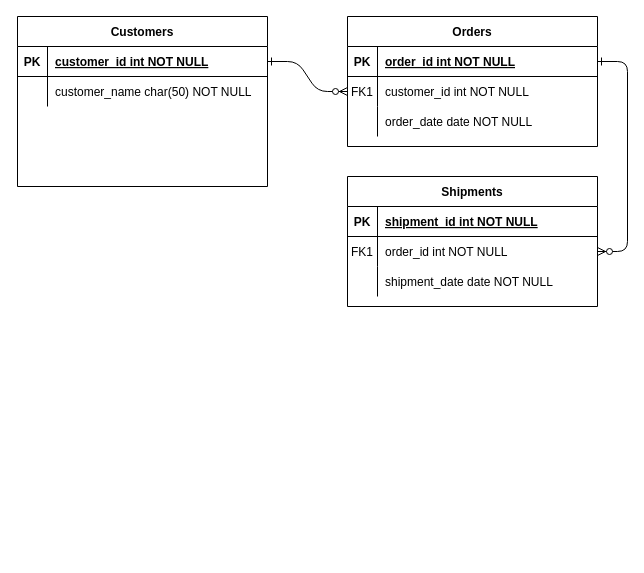
Earlier version of the draw.io diagram page "DSEva-DB" (1 of 2) of DSEva ERM.drawio (MephistoJB/DSEva). Source tidied: cells renumbered, new cells numbered last; positions are measured from the earlier drawing's top-left corner, leaving out a move shared by most shapes. Both pictures are drawn from the tidied source at 100%, with x=0, y=0 at pixel (17, 16).
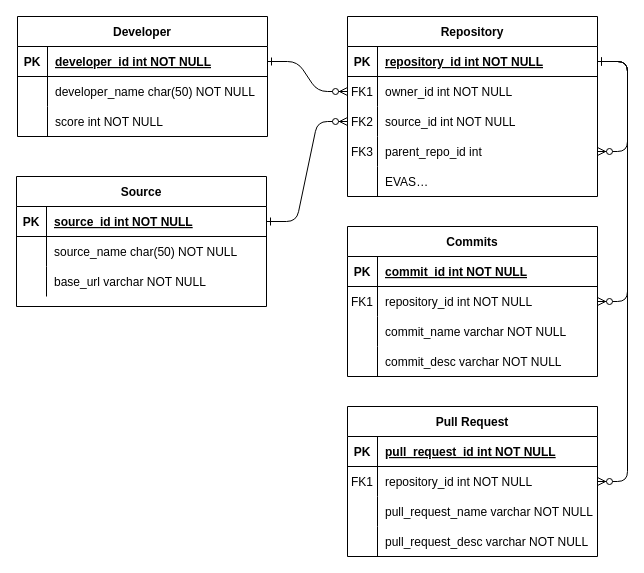
The same page after the edit.

Unchanged cells that the change refers to:
```xml
<mxCell id="5" style="shape=partialRectangle;fillColor=none;points=[[0,0.5],[1,0.5]];portConstraint=eastwest;top=0;left=0;right=0;bottom=1;" parent="4" vertex="1">
  <mxGeometry y="30" width="250" height="30" as="geometry" />
</mxCell>
<mxCell id="8" style="shape=partialRectangle;fillColor=none;points=[[0,0.5],[1,0.5]];portConstraint=eastwest;top=0;left=0;right=0;bottom=0;" parent="4" vertex="1">
  <mxGeometry y="60" width="250" height="30" as="geometry" />
</mxCell>
<mxCell id="11" style="shape=partialRectangle;fillColor=none;points=[[0,0.5],[1,0.5]];portConstraint=eastwest;top=0;left=0;right=0;bottom=0;" parent="4" vertex="1">
  <mxGeometry y="90" width="250" height="30" as="geometry" />
</mxCell>
<mxCell id="15" style="shape=partialRectangle;fillColor=none;top=0;left=0;right=0;bottom=1;" parent="14" vertex="1">
  <mxGeometry y="30" width="250" height="30" as="geometry" />
</mxCell>
<mxCell id="18" style="shape=partialRectangle;fillColor=none;points=[[0,0.5],[1,0.5]];portConstraint=eastwest;top=0;left=0;right=0;bottom=0;" parent="14" vertex="1">
  <mxGeometry y="60" width="250" height="30" as="geometry" />
</mxCell>
<mxCell id="21" style="shape=partialRectangle;fillColor=none;top=0;left=0;right=0;bottom=0;" parent="14" vertex="1">
  <mxGeometry y="90" width="250" height="30" as="geometry" />
</mxCell>
<mxCell id="25" style="shape=partialRectangle;fillColor=none;points=[[0,0.5],[1,0.5]];portConstraint=eastwest;top=0;left=0;right=0;bottom=1;" parent="24" vertex="1">
  <mxGeometry y="30" width="250" height="30" as="geometry" />
</mxCell>
<mxCell id="28" style="shape=partialRectangle;fillColor=none;top=0;left=0;right=0;bottom=0;" parent="24" vertex="1">
  <mxGeometry y="60" width="250" height="30" as="geometry" />
</mxCell>
```

Diff of the diagram source:
```diff
@@
-    <mxCell id="4" value="Orders" style="shape=table;startSize=30;childLayout=tableLayout;rowLines=0;fontStyle=1;align=center;" parent="1" vertex="1">
-      <mxGeometry x="330" width="250" height="130" as="geometry" />
+    <mxCell id="4" value="Repository" style="shape=table;startSize=30;childLayout=tableLayout;rowLines=0;fontStyle=1;align=center;" parent="1" vertex="1">
+      <mxGeometry x="330" width="250" height="180" as="geometry" />
     </mxCell>
@@
-    <mxCell id="7" value="order_id int NOT NULL " style="shape=partialRectangle;overflow=hidden;fillColor=none;top=0;left=0;bottom=0;right=0;align=left;spacingLeft=6;fontStyle=5;" parent="5" vertex="1">
+    <mxCell id="7" value="repository_id int NOT NULL " style="shape=partialRectangle;overflow=hidden;fillColor=none;top=0;left=0;bottom=0;right=0;align=left;spacingLeft=6;fontStyle=5;" parent="5" vertex="1">
       <mxGeometry x="30" width="220" height="30" as="geometry" />
     </mxCell>
@@
-    <mxCell id="10" value="customer_id int NOT NULL" style="shape=partialRectangle;overflow=hidden;fillColor=none;top=0;left=0;bottom=0;right=0;align=left;spacingLeft=6;" parent="8" vertex="1">
+    <mxCell id="10" value="owner_id int NOT NULL" style="shape=partialRectangle;overflow=hidden;fillColor=none;top=0;left=0;bottom=0;right=0;align=left;spacingLeft=6;" parent="8" vertex="1">
       <mxGeometry x="30" width="220" height="30" as="geometry" />
     </mxCell>
@@
-    <mxCell id="12" style="shape=partialRectangle;overflow=hidden;fillColor=none;top=0;left=0;bottom=0;right=0;" parent="11" vertex="1">
+    <mxCell id="12" value="FK2" style="shape=partialRectangle;overflow=hidden;fillColor=none;top=0;left=0;bottom=0;right=0;" parent="11" vertex="1">
       <mxGeometry width="30" height="30" as="geometry" />
     </mxCell>
-    <mxCell id="13" value="order_date date NOT NULL" style="shape=partialRectangle;overflow=hidden;fillColor=none;top=0;left=0;bottom=0;right=0;align=left;spacingLeft=6;" parent="11" vertex="1">
+    <mxCell id="13" value="source_id int NOT NULL" style="shape=partialRectangle;overflow=hidden;fillColor=none;top=0;left=0;bottom=0;right=0;align=left;spacingLeft=6;" parent="11" vertex="1">
       <mxGeometry x="30" width="220" height="30" as="geometry" />
     </mxCell>
+    <mxCell id="31" style="shape=partialRectangle;fillColor=none;points=[[0,0.5],[1,0.5]];portConstraint=eastwest;top=0;left=0;right=0;bottom=0;" parent="4" vertex="1">
+      <mxGeometry y="120" width="250" height="30" as="geometry" />
+    </mxCell>
+    <mxCell id="32" value="FK3" style="shape=partialRectangle;overflow=hidden;fillColor=none;top=0;left=0;bottom=0;right=0;" parent="31" vertex="1">
+      <mxGeometry width="30" height="30" as="geometry" />
+    </mxCell>
+    <mxCell id="33" value="parent_repo_id int" style="shape=partialRectangle;overflow=hidden;fillColor=none;top=0;left=0;bottom=0;right=0;align=left;spacingLeft=6;" parent="31" vertex="1">
+      <mxGeometry x="30" width="220" height="30" as="geometry" />
+    </mxCell>
+    <mxCell id="34" style="shape=partialRectangle;fillColor=none;top=0;left=0;right=0;bottom=0;" parent="4" vertex="1">
+      <mxGeometry y="150" width="250" height="30" as="geometry" />
+    </mxCell>
+    <mxCell id="35" style="shape=partialRectangle;overflow=hidden;fillColor=none;top=0;left=0;bottom=0;right=0;" parent="34" vertex="1">
+      <mxGeometry width="30" height="30" as="geometry" />
+    </mxCell>
+    <mxCell id="36" value="EVAS…" style="shape=partialRectangle;overflow=hidden;fillColor=none;top=0;left=0;bottom=0;right=0;align=left;spacingLeft=6;" parent="34" vertex="1">
+      <mxGeometry x="30" width="220" height="30" as="geometry" />
+    </mxCell>
+    <mxCell id="37" style="edgeStyle=entityRelationEdgeStyle;endArrow=ERzeroToMany;startArrow=ERone;endFill=1;startFill=0;" parent="4" edge="1" source="5" target="31">
+      <mxGeometry relative="1" as="geometry" />
+    </mxCell>
-    <mxCell id="14" value="Shipments" style="shape=table;startSize=30;childLayout=tableLayout;rowLines=0;fontStyle=1;align=center;" parent="1" vertex="1">
-      <mxGeometry x="330" y="160" width="250" height="130" as="geometry" />
+    <mxCell id="14" value="Commits" style="shape=table;startSize=30;childLayout=tableLayout;rowLines=0;fontStyle=1;align=center;" parent="1" vertex="1">
+      <mxGeometry x="330" y="210" width="250" height="150" as="geometry" />
     </mxCell>
@@
-    <mxCell id="17" value="shipment_id int NOT NULL " style="shape=partialRectangle;overflow=hidden;fillColor=none;top=0;left=0;bottom=0;right=0;align=left;spacingLeft=6;fontStyle=5;" parent="15" vertex="1">
+    <mxCell id="17" value="commit_id int NOT NULL " style="shape=partialRectangle;overflow=hidden;fillColor=none;top=0;left=0;bottom=0;right=0;align=left;spacingLeft=6;fontStyle=5;" parent="15" vertex="1">
       <mxGeometry x="30" width="220" height="30" as="geometry" />
     </mxCell>
@@
-    <mxCell id="20" value="order_id int NOT NULL" style="shape=partialRectangle;overflow=hidden;fillColor=none;top=0;left=0;bottom=0;right=0;align=left;spacingLeft=6;" parent="18" vertex="1">
+    <mxCell id="20" value="repository_id int NOT NULL" style="shape=partialRectangle;overflow=hidden;fillColor=none;top=0;left=0;bottom=0;right=0;align=left;spacingLeft=6;" parent="18" vertex="1">
       <mxGeometry x="30" width="220" height="30" as="geometry" />
     </mxCell>
@@
-    <mxCell id="23" value="shipment_date date NOT NULL" style="shape=partialRectangle;overflow=hidden;fillColor=none;top=0;left=0;bottom=0;right=0;align=left;spacingLeft=6;" parent="21" vertex="1">
+    <mxCell id="23" value="commit_name varchar NOT NULL" style="shape=partialRectangle;overflow=hidden;fillColor=none;top=0;left=0;bottom=0;right=0;align=left;spacingLeft=6;" parent="21" vertex="1">
       <mxGeometry x="30" width="220" height="30" as="geometry" />
     </mxCell>
+    <mxCell id="38" style="shape=partialRectangle;fillColor=none;top=0;left=0;right=0;bottom=0;" parent="14" vertex="1">
+      <mxGeometry y="120" width="250" height="30" as="geometry" />
+    </mxCell>
+    <mxCell id="39" style="shape=partialRectangle;overflow=hidden;fillColor=none;top=0;left=0;bottom=0;right=0;" parent="38" vertex="1">
+      <mxGeometry width="30" height="30" as="geometry" />
+    </mxCell>
+    <mxCell id="40" value="commit_desc varchar NOT NULL" style="shape=partialRectangle;overflow=hidden;fillColor=none;top=0;left=0;bottom=0;right=0;align=left;spacingLeft=6;" parent="38" vertex="1">
+      <mxGeometry x="30" width="220" height="30" as="geometry" />
+    </mxCell>
-    <mxCell id="24" value="Customers" style="shape=table;startSize=30;childLayout=tableLayout;rowLines=0;fontStyle=1;align=center;" parent="1" vertex="1">
-      <mxGeometry width="250" height="170" as="geometry" />
+    <mxCell id="24" value="Developer" style="shape=table;startSize=30;childLayout=tableLayout;rowLines=0;fontStyle=1;align=center;" parent="1" vertex="1">
+      <mxGeometry width="250" height="120" as="geometry" />
     </mxCell>
@@
-    <mxCell id="27" value="customer_id int NOT NULL " style="shape=partialRectangle;overflow=hidden;fillColor=none;top=0;left=0;bottom=0;right=0;align=left;spacingLeft=6;fontStyle=5;" parent="25" vertex="1">
+    <mxCell id="27" value="developer_id int NOT NULL " style="shape=partialRectangle;overflow=hidden;fillColor=none;top=0;left=0;bottom=0;right=0;align=left;spacingLeft=6;fontStyle=5;" parent="25" vertex="1">
       <mxGeometry x="30" width="220" height="30" as="geometry" />
     </mxCell>
@@
-    <mxCell id="30" value="customer_name char(50) NOT NULL" style="shape=partialRectangle;overflow=hidden;fillColor=none;top=0;left=0;bottom=0;right=0;align=left;spacingLeft=6;" parent="28" vertex="1">
+    <mxCell id="30" value="developer_name char(50) NOT NULL" style="shape=partialRectangle;overflow=hidden;fillColor=none;top=0;left=0;bottom=0;right=0;align=left;spacingLeft=6;" parent="28" vertex="1">
       <mxGeometry x="30" width="220" height="30" as="geometry" />
     </mxCell>
+    <mxCell id="41" style="shape=partialRectangle;fillColor=none;top=0;left=0;right=0;bottom=0;" parent="24" vertex="1">
+      <mxGeometry y="90" width="250" height="30" as="geometry" />
+    </mxCell>
+    <mxCell id="42" style="shape=partialRectangle;overflow=hidden;fillColor=none;top=0;left=0;bottom=0;right=0;" parent="41" vertex="1">
+      <mxGeometry width="30" height="30" as="geometry" />
+    </mxCell>
+    <mxCell id="43" value="score int NOT NULL" style="shape=partialRectangle;overflow=hidden;fillColor=none;top=0;left=0;bottom=0;right=0;align=left;spacingLeft=6;" parent="41" vertex="1">
+      <mxGeometry x="30" width="220" height="30" as="geometry" />
+    </mxCell>
+    <mxCell id="44" value="Source" style="shape=table;startSize=30;childLayout=tableLayout;rowLines=0;fontStyle=1;align=center;" parent="1" vertex="1">
+      <mxGeometry x="-1" y="160" width="250" height="130" as="geometry" />
+    </mxCell>
+    <mxCell id="45" style="shape=partialRectangle;fillColor=none;points=[[0,0.5],[1,0.5]];portConstraint=eastwest;top=0;left=0;right=0;bottom=1;" parent="44" vertex="1">
+      <mxGeometry y="30" width="250" height="30" as="geometry" />
+    </mxCell>
+    <mxCell id="46" value="PK" style="shape=partialRectangle;overflow=hidden;fillColor=none;top=0;left=0;bottom=0;right=0;fontStyle=1;" parent="45" vertex="1">
+      <mxGeometry width="30" height="30" as="geometry" />
+    </mxCell>
+    <mxCell id="47" value="source_id int NOT NULL " style="shape=partialRectangle;overflow=hidden;fillColor=none;top=0;left=0;bottom=0;right=0;align=left;spacingLeft=6;fontStyle=5;" parent="45" vertex="1">
+      <mxGeometry x="30" width="220" height="30" as="geometry" />
+    </mxCell>
+    <mxCell id="48" style="shape=partialRectangle;fillColor=none;top=0;left=0;right=0;bottom=0;" parent="44" vertex="1">
+      <mxGeometry y="60" width="250" height="30" as="geometry" />
+    </mxCell>
+    <mxCell id="49" style="shape=partialRectangle;overflow=hidden;fillColor=none;top=0;left=0;bottom=0;right=0;" parent="48" vertex="1">
+      <mxGeometry width="30" height="30" as="geometry" />
+    </mxCell>
+    <mxCell id="50" value="source_name char(50) NOT NULL" style="shape=partialRectangle;overflow=hidden;fillColor=none;top=0;left=0;bottom=0;right=0;align=left;spacingLeft=6;" parent="48" vertex="1">
+      <mxGeometry x="30" width="220" height="30" as="geometry" />
+    </mxCell>
+    <mxCell id="51" style="shape=partialRectangle;fillColor=none;top=0;left=0;right=0;bottom=0;" parent="44" vertex="1">
+      <mxGeometry y="90" width="250" height="30" as="geometry" />
+    </mxCell>
+    <mxCell id="52" style="shape=partialRectangle;overflow=hidden;fillColor=none;top=0;left=0;bottom=0;right=0;" parent="51" vertex="1">
+      <mxGeometry width="30" height="30" as="geometry" />
+    </mxCell>
+    <mxCell id="53" value="base_url varchar NOT NULL" style="shape=partialRectangle;overflow=hidden;fillColor=none;top=0;left=0;bottom=0;right=0;align=left;spacingLeft=6;" parent="51" vertex="1">
+      <mxGeometry x="30" width="220" height="30" as="geometry" />
+    </mxCell>
+    <mxCell id="54" style="edgeStyle=entityRelationEdgeStyle;endArrow=ERzeroToMany;startArrow=ERone;endFill=1;startFill=0;entryX=0;entryY=0.5;entryDx=0;entryDy=0;exitX=1;exitY=0.5;exitDx=0;exitDy=0;" parent="1" edge="1" source="45" target="11">
+      <mxGeometry relative="1" as="geometry">
+        <Array as="points">
+          <mxPoint x="240" y="190" />
+        </Array>
+      </mxGeometry>
+    </mxCell>
+    <mxCell id="55" value="Pull Request" style="shape=table;startSize=30;childLayout=tableLayout;rowLines=0;fontStyle=1;align=center;" parent="1" vertex="1">
+      <mxGeometry x="330" y="390" width="250" height="150" as="geometry" />
+    </mxCell>
+    <mxCell id="56" style="shape=partialRectangle;fillColor=none;top=0;left=0;right=0;bottom=1;" parent="55" vertex="1">
+      <mxGeometry y="30" width="250" height="30" as="geometry" />
+    </mxCell>
+    <mxCell id="57" value="PK" style="shape=partialRectangle;overflow=hidden;fillColor=none;top=0;left=0;bottom=0;right=0;fontStyle=1;" parent="56" vertex="1">
+      <mxGeometry width="30" height="30" as="geometry" />
+    </mxCell>
+    <mxCell id="58" value="pull_request_id int NOT NULL " style="shape=partialRectangle;overflow=hidden;fillColor=none;top=0;left=0;bottom=0;right=0;align=left;spacingLeft=6;fontStyle=5;" parent="56" vertex="1">
+      <mxGeometry x="30" width="220" height="30" as="geometry" />
+    </mxCell>
+    <mxCell id="59" style="shape=partialRectangle;fillColor=none;points=[[0,0.5],[1,0.5]];portConstraint=eastwest;top=0;left=0;right=0;bottom=0;" parent="55" vertex="1">
+      <mxGeometry y="60" width="250" height="30" as="geometry" />
+    </mxCell>
+    <mxCell id="60" value="FK1" style="shape=partialRectangle;overflow=hidden;fillColor=none;top=0;left=0;bottom=0;right=0;" parent="59" vertex="1">
+      <mxGeometry width="30" height="30" as="geometry" />
+    </mxCell>
+    <mxCell id="61" value="repository_id int NOT NULL" style="shape=partialRectangle;overflow=hidden;fillColor=none;top=0;left=0;bottom=0;right=0;align=left;spacingLeft=6;" parent="59" vertex="1">
+      <mxGeometry x="30" width="220" height="30" as="geometry" />
+    </mxCell>
+    <mxCell id="62" style="shape=partialRectangle;fillColor=none;top=0;left=0;right=0;bottom=0;" parent="55" vertex="1">
+      <mxGeometry y="90" width="250" height="30" as="geometry" />
+    </mxCell>
+    <mxCell id="63" style="shape=partialRectangle;overflow=hidden;fillColor=none;top=0;left=0;bottom=0;right=0;" parent="62" vertex="1">
+      <mxGeometry width="30" height="30" as="geometry" />
+    </mxCell>
+    <mxCell id="64" value="pull_request_name varchar NOT NULL" style="shape=partialRectangle;overflow=hidden;fillColor=none;top=0;left=0;bottom=0;right=0;align=left;spacingLeft=6;" parent="62" vertex="1">
+      <mxGeometry x="30" width="220" height="30" as="geometry" />
+    </mxCell>
+    <mxCell id="65" style="shape=partialRectangle;fillColor=none;top=0;left=0;right=0;bottom=0;" parent="55" vertex="1">
+      <mxGeometry y="120" width="250" height="30" as="geometry" />
+    </mxCell>
+    <mxCell id="66" style="shape=partialRectangle;overflow=hidden;fillColor=none;top=0;left=0;bottom=0;right=0;" parent="65" vertex="1">
+      <mxGeometry width="30" height="30" as="geometry" />
+    </mxCell>
+    <mxCell id="67" value="pull_request_desc varchar NOT NULL" style="shape=partialRectangle;overflow=hidden;fillColor=none;top=0;left=0;bottom=0;right=0;align=left;spacingLeft=6;" parent="65" vertex="1">
+      <mxGeometry x="30" width="220" height="30" as="geometry" />
+    </mxCell>
+    <mxCell id="68" style="edgeStyle=entityRelationEdgeStyle;endArrow=ERzeroToMany;startArrow=ERone;endFill=1;startFill=0;exitX=1;exitY=0.5;exitDx=0;exitDy=0;" parent="1" edge="1" source="5" target="59">
+      <mxGeometry relative="1" as="geometry" />
+    </mxCell>
```
